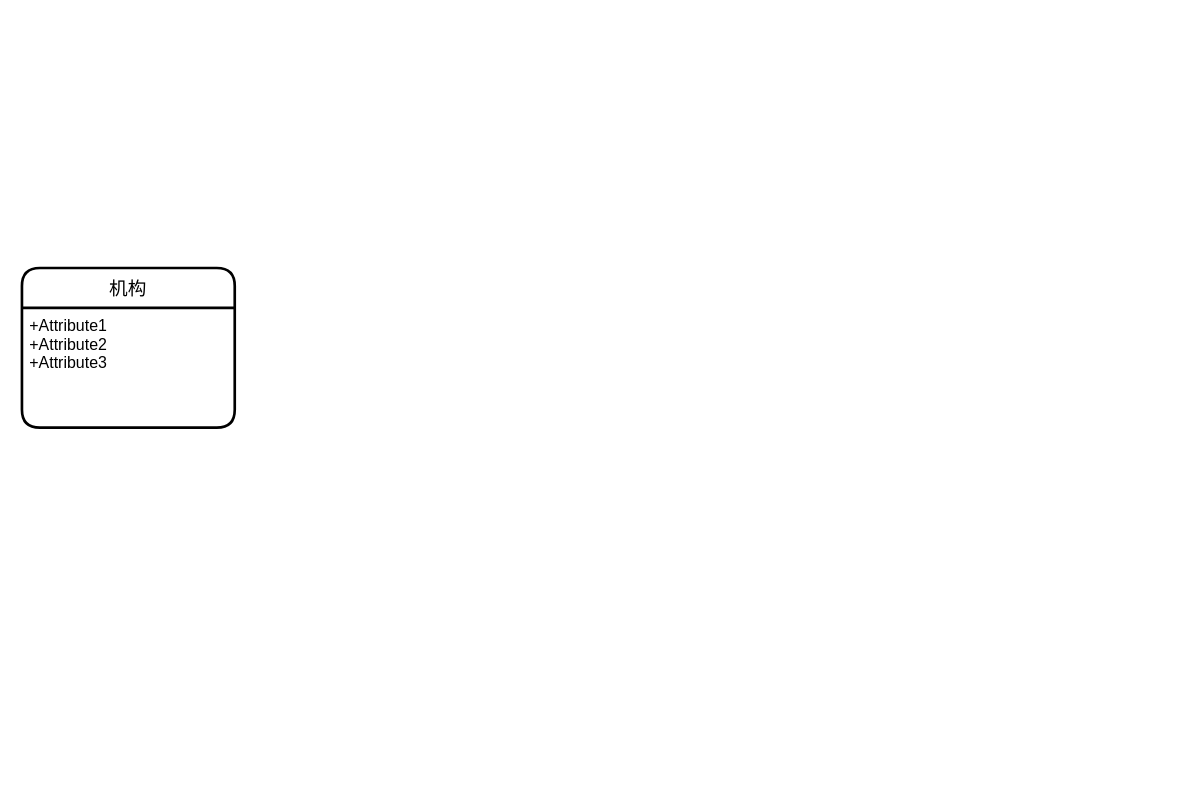
Earlier version of the draw.io diagram 未命名绘图.drawio (drj-2020/article). Source tidied: cells renumbered, new cells numbered last; positions are measured from the earlier drawing's top-left corner, leaving out a move shared by most shapes. Both pictures are drawn from the tidied source at 133%, with x=0, y=0 at pixel (21, 267).
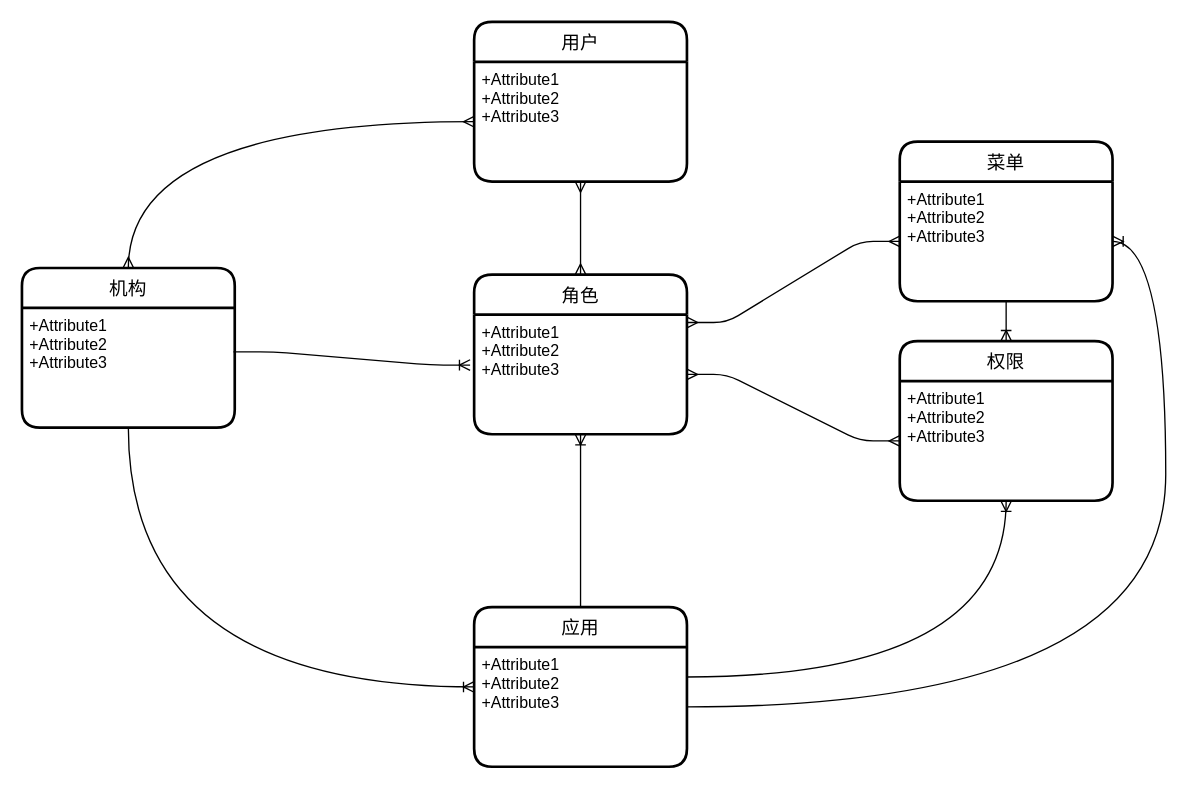
Above is the later version.

The change refers to these unchanged cells:
```xml
<mxCell id="2" value="机构" style="swimlane;horizontal=1;startSize=30;rounded=1;fontSize=14;fontStyle=0;strokeWidth=2;shadow=0;dashed=0;align=center;" parent="1" vertex="1">
  <mxGeometry width="160" height="120" as="geometry" />
</mxCell>
<mxCell id="3" value="+Attribute1&#10;+Attribute2&#10;+Attribute3" style="align=left;strokeColor=none;fillColor=none;spacingLeft=4;fontSize=12;verticalAlign=top;" parent="2" vertex="1">
  <mxGeometry y="30" width="160" height="90" as="geometry" />
</mxCell>
```

Diff of the diagram source:
```diff
@@
+    <mxCell id="4" style="edgeStyle=orthogonalEdgeStyle;fontSize=12;html=1;endArrow=ERmany;startArrow=ERmany;entryX=0;entryY=0.5;entryDx=0;entryDy=0;exitX=0.5;exitY=0;exitDx=0;exitDy=0;curved=1;" parent="1" edge="1" source="2" target="8">
+      <mxGeometry relative="1" as="geometry" />
+    </mxCell>
+    <mxCell id="5" style="edgeStyle=entityRelationEdgeStyle;fontSize=12;html=1;endArrow=ERoneToMany;exitX=0.994;exitY=0.367;exitDx=0;exitDy=0;entryX=-0.019;entryY=0.422;entryDx=0;entryDy=0;entryPerimeter=0;exitPerimeter=0;" parent="1" edge="1" source="3" target="23">
+      <mxGeometry relative="1" as="geometry" />
+    </mxCell>
+    <mxCell id="6" style="edgeStyle=orthogonalEdgeStyle;fontSize=12;html=1;endArrow=ERoneToMany;exitX=0.5;exitY=1;exitDx=0;exitDy=0;entryX=0;entryY=0.5;entryDx=0;entryDy=0;curved=1;" parent="1" edge="1" source="3" target="18">
+      <mxGeometry relative="1" as="geometry">
+        <Array as="points">
+          <mxPoint x="80" y="315" />
+        </Array>
+      </mxGeometry>
+    </mxCell>
+    <mxCell id="7" value="用户" style="swimlane;horizontal=1;startSize=30;rounded=1;fontSize=14;fontStyle=0;strokeWidth=2;shadow=0;dashed=0;align=center;" parent="1" vertex="1">
+      <mxGeometry x="340" y="-185" width="160" height="120" as="geometry" />
+    </mxCell>
+    <mxCell id="8" value="+Attribute1&#10;+Attribute2&#10;+Attribute3" style="align=left;strokeColor=none;fillColor=none;spacingLeft=4;fontSize=12;verticalAlign=top;" parent="7" vertex="1">
+      <mxGeometry y="30" width="160" height="90" as="geometry" />
+    </mxCell>
+    <mxCell id="9" style="fontSize=12;html=1;endArrow=ERmany;startArrow=ERmany;entryX=0.5;entryY=1;entryDx=0;entryDy=0;exitX=0.5;exitY=0;exitDx=0;exitDy=0;edgeStyle=orthogonalEdgeStyle;curved=1;" parent="1" edge="1" source="22" target="8">
+      <mxGeometry relative="1" as="geometry" />
+    </mxCell>
+    <mxCell id="10" style="edgeStyle=entityRelationEdgeStyle;fontSize=12;html=1;endArrow=ERmany;startArrow=ERmany;" parent="1" edge="1" target="13">
+      <mxGeometry relative="1" as="geometry">
+        <mxPoint x="500" y="41" as="sourcePoint" />
+      </mxGeometry>
+    </mxCell>
+    <mxCell id="11" style="edgeStyle=entityRelationEdgeStyle;fontSize=12;html=1;endArrow=ERmany;startArrow=ERmany;exitX=1;exitY=0.5;exitDx=0;exitDy=0;" parent="1" edge="1" source="23" target="15">
+      <mxGeometry relative="1" as="geometry" />
+    </mxCell>
+    <mxCell id="12" value="菜单" style="swimlane;horizontal=1;startSize=30;rounded=1;fontSize=14;fontStyle=0;strokeWidth=2;shadow=0;dashed=0;align=center;" parent="1" vertex="1">
+      <mxGeometry x="660" y="-95" width="160" height="120" as="geometry" />
+    </mxCell>
+    <mxCell id="13" value="+Attribute1&#10;+Attribute2&#10;+Attribute3" style="align=left;strokeColor=none;fillColor=none;spacingLeft=4;fontSize=12;verticalAlign=top;" parent="12" vertex="1">
+      <mxGeometry y="30" width="160" height="90" as="geometry" />
+    </mxCell>
+    <mxCell id="14" value="权限" style="swimlane;horizontal=1;startSize=30;rounded=1;fontSize=14;fontStyle=0;strokeWidth=2;shadow=0;dashed=0;align=center;" parent="1" vertex="1">
+      <mxGeometry x="660" y="55" width="160" height="120" as="geometry" />
+    </mxCell>
+    <mxCell id="15" value="+Attribute1&#10;+Attribute2&#10;+Attribute3" style="align=left;strokeColor=none;fillColor=none;spacingLeft=4;fontSize=12;verticalAlign=top;" parent="14" vertex="1">
+      <mxGeometry y="30" width="160" height="90" as="geometry" />
+    </mxCell>
@@
+    <mxCell id="16" style="fontSize=12;html=1;endArrow=ERoneToMany;entryX=0.5;entryY=1;entryDx=0;entryDy=0;exitX=0.5;exitY=0;exitDx=0;exitDy=0;" parent="1" edge="1" source="18" target="23">
+      <mxGeometry relative="1" as="geometry" />
+    </mxCell>
+    <mxCell id="17" style="fontSize=12;html=1;endArrow=ERoneToMany;entryX=0.5;entryY=0;entryDx=0;entryDy=0;exitX=0.5;exitY=1;exitDx=0;exitDy=0;" parent="1" edge="1" source="13" target="14">
+      <mxGeometry relative="1" as="geometry" />
+    </mxCell>
+    <mxCell id="18" value="应用" style="swimlane;horizontal=1;startSize=30;rounded=1;fontSize=14;fontStyle=0;strokeWidth=2;shadow=0;dashed=0;align=center;" parent="1" vertex="1">
+      <mxGeometry x="340" y="255" width="160" height="120" as="geometry" />
+    </mxCell>
+    <mxCell id="19" value="+Attribute1&#10;+Attribute2&#10;+Attribute3" style="align=left;strokeColor=none;fillColor=none;spacingLeft=4;fontSize=12;verticalAlign=top;" parent="18" vertex="1">
+      <mxGeometry y="30" width="160" height="90" as="geometry" />
+    </mxCell>
+    <mxCell id="20" style="edgeStyle=orthogonalEdgeStyle;fontSize=12;html=1;endArrow=ERoneToMany;exitX=1;exitY=0.25;exitDx=0;exitDy=0;entryX=0.5;entryY=1;entryDx=0;entryDy=0;curved=1;" parent="1" edge="1" source="19" target="15">
+      <mxGeometry relative="1" as="geometry" />
+    </mxCell>
+    <mxCell id="21" style="edgeStyle=orthogonalEdgeStyle;fontSize=12;html=1;endArrow=ERoneToMany;exitX=1;exitY=0.5;exitDx=0;exitDy=0;curved=1;entryX=1;entryY=0.5;entryDx=0;entryDy=0;" parent="1" edge="1" source="19" target="13">
+      <mxGeometry relative="1" as="geometry">
+        <Array as="points">
+          <mxPoint x="860" y="330" />
+          <mxPoint x="860" y="-20" />
+        </Array>
+      </mxGeometry>
+    </mxCell>
+    <mxCell id="22" value="角色" style="swimlane;horizontal=1;startSize=30;rounded=1;fontSize=14;fontStyle=0;strokeWidth=2;shadow=0;dashed=0;align=center;" parent="1" vertex="1">
+      <mxGeometry x="340" y="5" width="160" height="120" as="geometry" />
+    </mxCell>
+    <mxCell id="23" value="+Attribute1&#10;+Attribute2&#10;+Attribute3" style="align=left;strokeColor=none;fillColor=none;spacingLeft=4;fontSize=12;verticalAlign=top;" parent="22" vertex="1">
+      <mxGeometry y="30" width="160" height="90" as="geometry" />
+    </mxCell>
```
